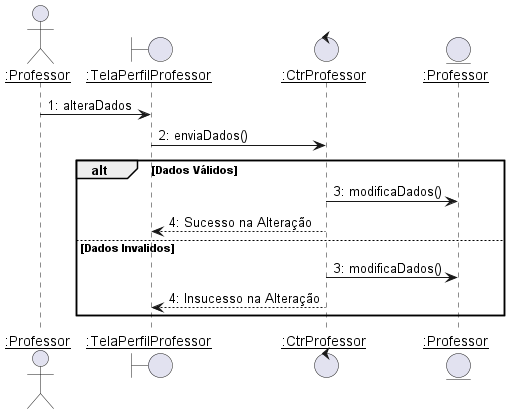
Earlier version of the PlantUML export diagramas/sequencia/alterar_professor.png (Pedro-V/projetorium).
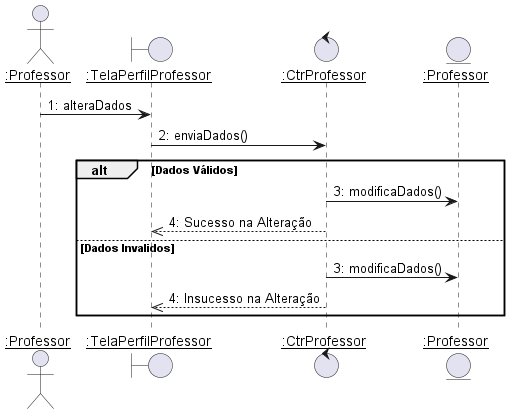
The same diagram one commit later.

Diff of the diagram source:
```diff
@@ -14,10 +14,10 @@
 
 alt Dados Válidos
     CtrProfessor -> professor : 3: modificaDados()
-    CtrProfessor --> TelaPerfilProfessor --: 4: Sucesso na Alteração
+    CtrProfessor -->> TelaPerfilProfessor --: 4: Sucesso na Alteração
 else Dados Invalidos
     CtrProfessor -> professor : 3: modificaDados()
-    CtrProfessor --> TelaPerfilProfessor --: 4: Insucesso na Alteração
+    CtrProfessor -->> TelaPerfilProfessor --: 4: Insucesso na Alteração
 end
 
 @enduml
```
